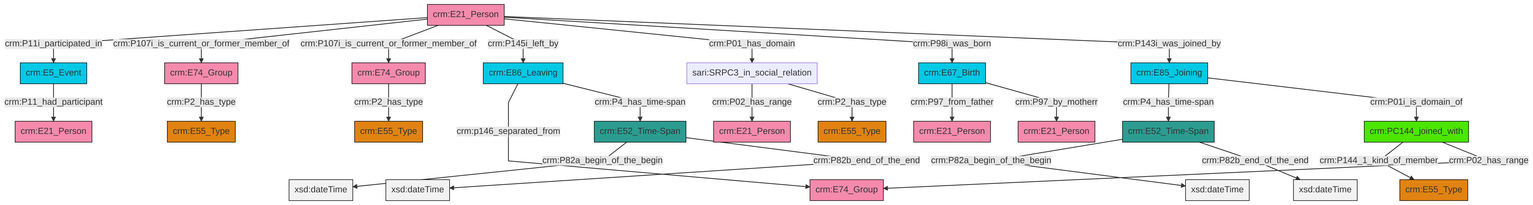
Above: et/personCSV/ttl/mmd/png/Person_Actor_Relations.png in swiss-art-research-net/reference-data-models (Mermaid), before the change. Its source is kept beside it as et/personCSV/ttl/mmd/Person_Actor_Relations.ttl.mmd.
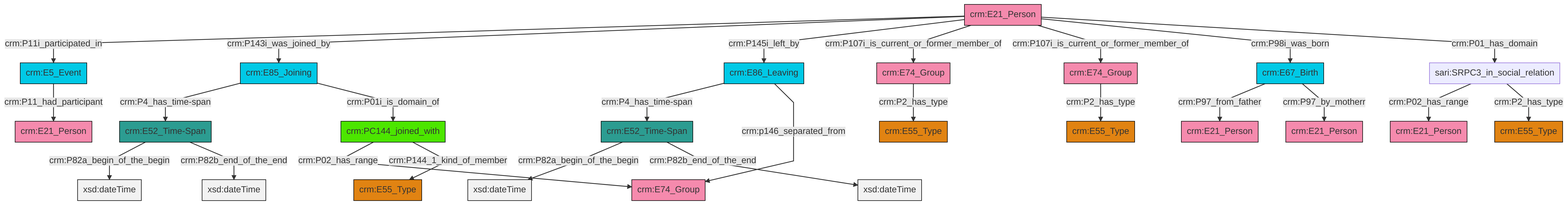
The same file after the commit.

The edit, as a diff of the source:
```diff
@@ -13,27 +13,27 @@
 classDef PC_Classes fill:#4ce600, stroke:#000000;
 classDef Multi fill:#cccccc,stroke:#000000;
 
-0["crm:E86_Leaving"]:::Temporal_Entity -->|crm:p146_separated_from| 1["crm:E74_Group"]:::Actor
-2["crm:E74_Group"]:::Actor -->|crm:P2_has_type| 3["crm:E55_Type"]:::Type
-4["crm:E85_Joining"]:::Temporal_Entity -->|crm:P4_has_time-span| 5["crm:E52_Time-Span"]:::Time-Span
-6["crm:E5_Event"]:::Temporal_Entity -->|crm:P11_had_participant| 7["crm:E21_Person"]:::Actor
-9["crm:E21_Person"]:::Actor -->|crm:P11i_participated_in| 6["crm:E5_Event"]:::Temporal_Entity
-9["crm:E21_Person"]:::Actor -->|crm:P107i_is_current_or_former_member_of| 10["crm:E74_Group"]:::Actor
-9["crm:E21_Person"]:::Actor -->|crm:P107i_is_current_or_former_member_of| 2["crm:E74_Group"]:::Actor
-18["crm:PC144_joined_with"]:::PC_Classes -->|crm:P144_1_kind_of_member| 19["crm:E55_Type"]:::Type
-0["crm:E86_Leaving"]:::Temporal_Entity -->|crm:P4_has_time-span| 20["crm:E52_Time-Span"]:::Time-Span
-9["crm:E21_Person"]:::Actor -->|crm:P145i_left_by| 0["crm:E86_Leaving"]:::Temporal_Entity
-9["crm:E21_Person"]:::Actor -->|crm:P01_has_domain| 22["sari:SRPC3_in_social_relation"]:::Default
-5["crm:E52_Time-Span"]:::Time-Span -->|crm:P82a_begin_of_the_begin| 28[xsd:dateTime]:::Literal
-10["crm:E74_Group"]:::Actor -->|crm:P2_has_type| 29["crm:E55_Type"]:::Type
-18["crm:PC144_joined_with"]:::PC_Classes -->|crm:P02_has_range| 1["crm:E74_Group"]:::Actor
-5["crm:E52_Time-Span"]:::Time-Span -->|crm:P82b_end_of_the_end| 32[xsd:dateTime]:::Literal
-16["crm:E67_Birth"]:::Temporal_Entity -->|crm:P97_from_father| 33["crm:E21_Person"]:::Actor
-16["crm:E67_Birth"]:::Temporal_Entity -->|crm:P97_by_motherr| 11["crm:E21_Person"]:::Actor
-22["sari:SRPC3_in_social_relation"]:::Default -->|crm:P02_has_range| 14["crm:E21_Person"]:::Actor
-22["sari:SRPC3_in_social_relation"]:::Default -->|crm:P2_has_type| 26["crm:E55_Type"]:::Type
-20["crm:E52_Time-Span"]:::Time-Span -->|crm:P82a_begin_of_the_begin| 43[xsd:dateTime]:::Literal
-9["crm:E21_Person"]:::Actor -->|crm:P98i_was_born| 16["crm:E67_Birth"]:::Temporal_Entity
-20["crm:E52_Time-Span"]:::Time-Span -->|crm:P82b_end_of_the_end| 45[xsd:dateTime]:::Literal
-9["crm:E21_Person"]:::Actor -->|crm:P143i_was_joined_by| 4["crm:E85_Joining"]:::Temporal_Entity
-4["crm:E85_Joining"]:::Temporal_Entity -->|crm:P01i_is_domain_of| 18["crm:PC144_joined_with"]:::PC_Classes
+0["crm:E52_Time-Span"]:::Time-Span -->|crm:P82a_begin_of_the_begin| 1[xsd:dateTime]:::Literal
+2["crm:E52_Time-Span"]:::Time-Span -->|crm:P82a_begin_of_the_begin| 3[xsd:dateTime]:::Literal
+6["crm:E21_Person"]:::Actor -->|crm:P11i_participated_in| 7["crm:E5_Event"]:::Temporal_Entity
+10["crm:E86_Leaving"]:::Temporal_Entity -->|crm:P4_has_time-span| 0["crm:E52_Time-Span"]:::Time-Span
+18["crm:E85_Joining"]:::Temporal_Entity -->|crm:P4_has_time-span| 2["crm:E52_Time-Span"]:::Time-Span
+24["sari:SRPC3_in_social_relation"]:::Default -->|crm:P02_has_range| 25["crm:E21_Person"]:::Actor
+7["crm:E5_Event"]:::Temporal_Entity -->|crm:P11_had_participant| 26["crm:E21_Person"]:::Actor
+27["crm:E74_Group"]:::Actor -->|crm:P2_has_type| 15["crm:E55_Type"]:::Type
+18["crm:E85_Joining"]:::Temporal_Entity -->|crm:P01i_is_domain_of| 32["crm:PC144_joined_with"]:::PC_Classes
+8["crm:E74_Group"]:::Actor -->|crm:P2_has_type| 29["crm:E55_Type"]:::Type
+2["crm:E52_Time-Span"]:::Time-Span -->|crm:P82b_end_of_the_end| 34[xsd:dateTime]:::Literal
+0["crm:E52_Time-Span"]:::Time-Span -->|crm:P82b_end_of_the_end| 36[xsd:dateTime]:::Literal
+6["crm:E21_Person"]:::Actor -->|crm:P143i_was_joined_by| 18["crm:E85_Joining"]:::Temporal_Entity
+6["crm:E21_Person"]:::Actor -->|crm:P145i_left_by| 10["crm:E86_Leaving"]:::Temporal_Entity
+6["crm:E21_Person"]:::Actor -->|crm:P107i_is_current_or_former_member_of| 27["crm:E74_Group"]:::Actor
+24["sari:SRPC3_in_social_relation"]:::Default -->|crm:P2_has_type| 4["crm:E55_Type"]:::Type
+22["crm:E67_Birth"]:::Temporal_Entity -->|crm:P97_from_father| 19["crm:E21_Person"]:::Actor
+22["crm:E67_Birth"]:::Temporal_Entity -->|crm:P97_by_motherr| 13["crm:E21_Person"]:::Actor
+32["crm:PC144_joined_with"]:::PC_Classes -->|crm:P02_has_range| 41["crm:E74_Group"]:::Actor
+10["crm:E86_Leaving"]:::Temporal_Entity -->|crm:p146_separated_from| 41["crm:E74_Group"]:::Actor
+6["crm:E21_Person"]:::Actor -->|crm:P107i_is_current_or_former_member_of| 8["crm:E74_Group"]:::Actor
+6["crm:E21_Person"]:::Actor -->|crm:P98i_was_born| 22["crm:E67_Birth"]:::Temporal_Entity
+6["crm:E21_Person"]:::Actor -->|crm:P01_has_domain| 24["sari:SRPC3_in_social_relation"]:::Default
+32["crm:PC144_joined_with"]:::PC_Classes -->|crm:P144_1_kind_of_member| 43["crm:E55_Type"]:::Type
```
